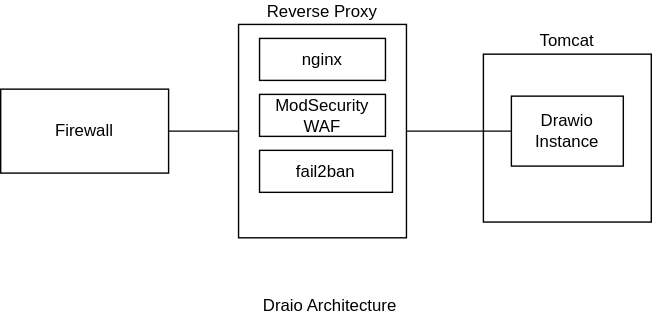
This is files/architecture.drawio.svg from jjarokergc/puppet-drawio, a draw.io export, as it was before one commit. Source tidied: cells renumbered, new cells last; positions are measured from the earlier drawing's top-left corner, leaving out a move shared by most shapes.
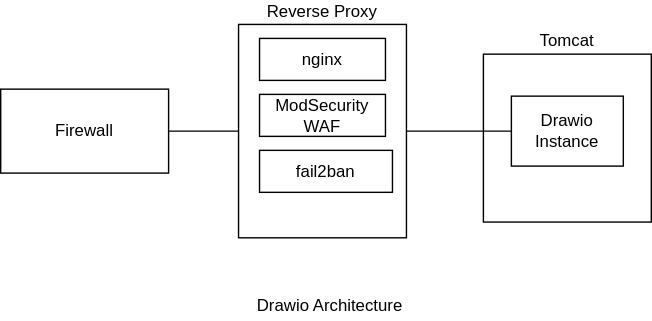
Later version of the same file.

Change to the diagram source:
```diff
@@ -29,8 +29,8 @@
     <mxCell id="10" value="fail2ban" style="rounded=0;whiteSpace=wrap;html=1;" parent="1" vertex="1">
       <mxGeometry x="185" y="89.8" width="95" height="30" as="geometry" />
     </mxCell>
-    <mxCell id="11" value="Draio Architecture" style="text;html=1;align=center;verticalAlign=middle;strokeColor=none;fillColor=none;" parent="1" vertex="1">
-      <mxGeometry x="180" y="191" width="110" height="20" as="geometry" />
+    <mxCell id="11" value="Drawio Architecture" style="text;html=1;align=center;verticalAlign=middle;strokeColor=none;fillColor=none;" parent="1" vertex="1">
+      <mxGeometry x="175" y="191" width="120" height="20" as="geometry" />
     </mxCell>
   </root>
 </mxGraphModel>
```
